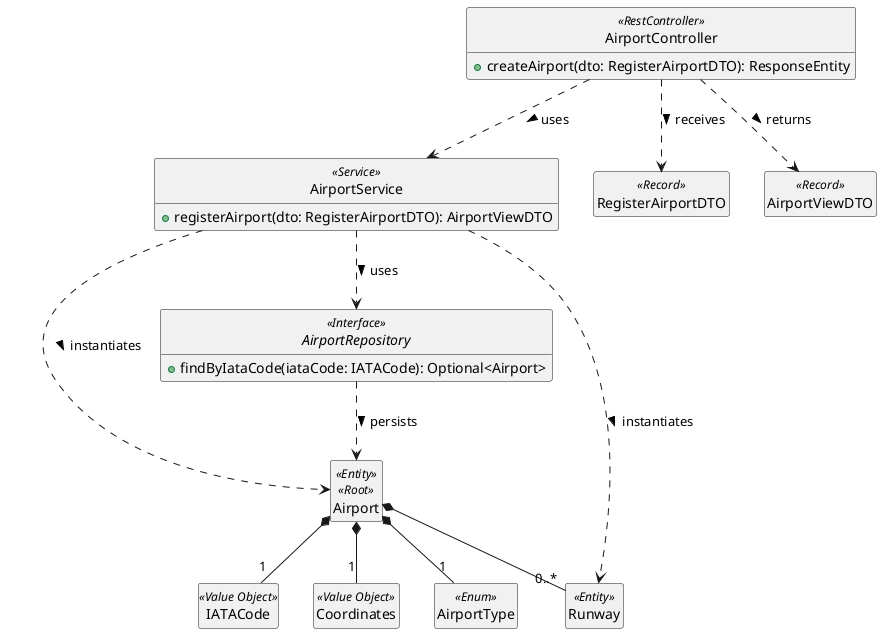
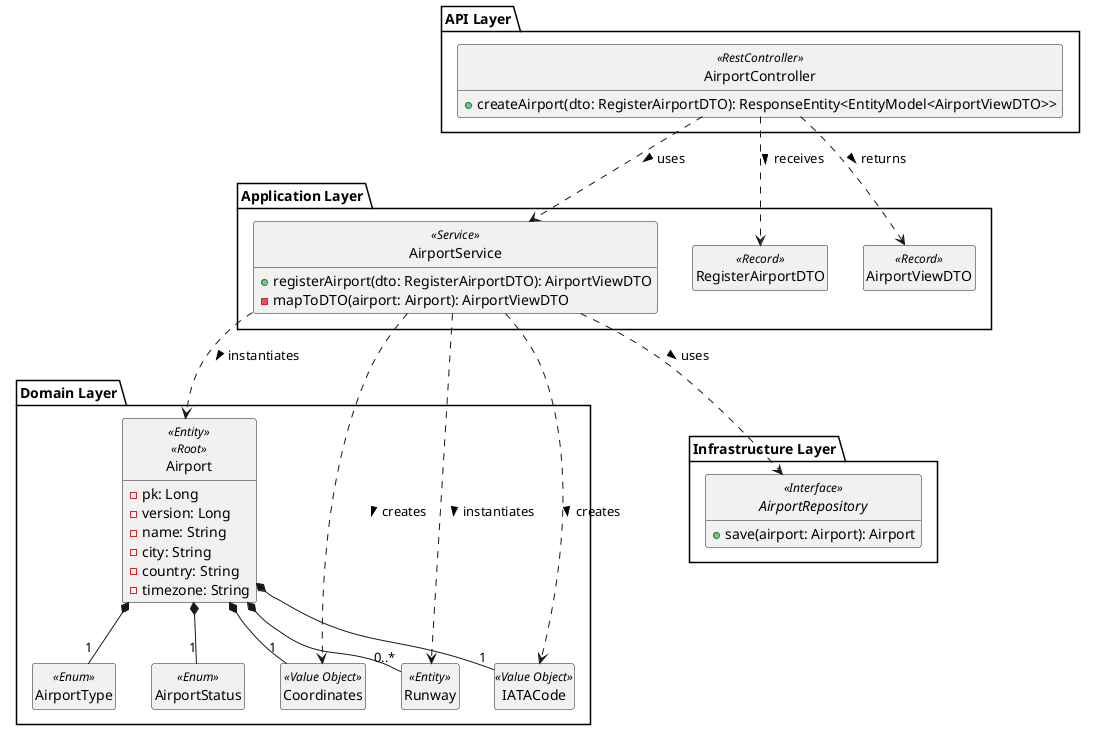
@startuml
skinparam style strictuml
hide empty members

- ' Camada de API / Controllers
- class AirportController <<RestController>> {
-     + createAirport(dto: RegisterAirportDTO): ResponseEntity
+ package "API Layer" {
+     class AirportController <<RestController>> {
+         + createAirport(dto: RegisterAirportDTO): ResponseEntity<EntityModel<AirportViewDTO>>
+     }
}

- ' Camada Application / Services & DTOs
- class AirportService <<Service>> {
-     + registerAirport(dto: RegisterAirportDTO): AirportViewDTO
+ package "Application Layer" {
+     class AirportService <<Service>> {
+         + registerAirport(dto: RegisterAirportDTO): AirportViewDTO
+         - mapToDTO(airport: Airport): AirportViewDTO
+     }
+     class RegisterAirportDTO <<Record>>
+     class AirportViewDTO <<Record>>
}

- class RegisterAirportDTO <<Record>>
- class AirportViewDTO <<Record>>
- 
- ' Camada de Domínio
- class Airport <<Entity>> <<Root>>
- class Runway <<Entity>>
- class IATACode <<Value Object>>
- class Coordinates <<Value Object>>
- enum AirportType <<Enum>>
- 
- ' Camada de Repositório
- interface AirportRepository <<Interface>> {
-     + findByIataCode(iataCode: IATACode): Optional<Airport>
+ package "Domain Layer" {
+     class Airport <<Entity>> <<Root>> {
+         - pk: Long
+         - version: Long
+         - name: String
+         - city: String
+         - country: String
+         - timezone: String
+     }
+     class Runway <<Entity>>
+     class IATACode <<Value Object>>
+     class Coordinates <<Value Object>>
+     enum AirportType <<Enum>>
+     enum AirportStatus <<Enum>>
}

- ' --- Relações Arquiteturais ---
+ package "Infrastructure Layer" {
+     interface AirportRepository <<Interface>> {
+         + save(airport: Airport): Airport
+     }
+ }

- AirportController ..> AirportService : uses >
- AirportController ..> RegisterAirportDTO : receives >
- AirportController ..> AirportViewDTO : returns >
+ AirportController .down.> AirportService : uses >
+ AirportController .down.> RegisterAirportDTO : receives >
+ AirportController .down.> AirportViewDTO : returns >

- AirportService ..> AirportRepository : uses >
- AirportService ..> Airport : instantiates >
- AirportService ..> Runway : instantiates >
+ AirportService .down.> AirportRepository : uses >
+ AirportService .down.> Airport : instantiates >
+ AirportService .down.> Runway : instantiates >
+ AirportService .down.> IATACode : creates >
+ AirportService .down.> Coordinates : creates >

- AirportRepository ..> Airport : persists >
- 
- ' Relações de Domínio
Airport *-- "1" IATACode
Airport *-- "1" Coordinates
Airport *-- "1" AirportType
+ Airport *-- "1" AirportStatus
Airport *-- "0..*" Runway

@enduml